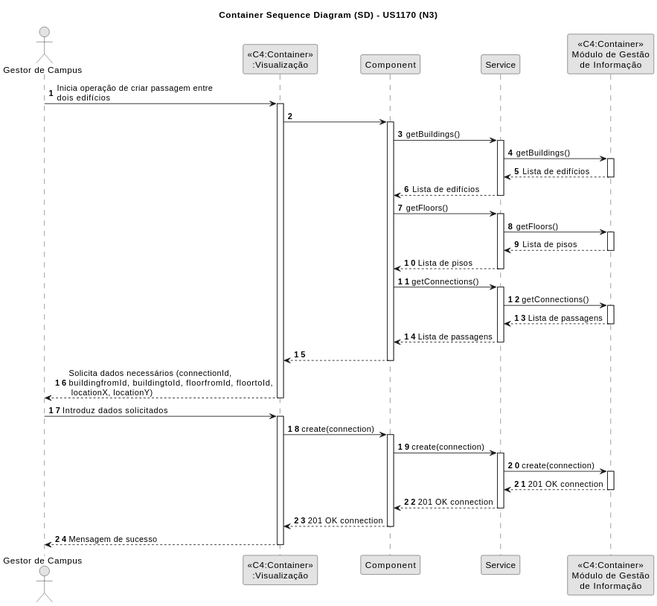
The PlantUML diagram docs/Sprint B/1211171/us1170/SD-N3-US1170.svg in pedrocmesquita/RobDroneGo, before a commit.
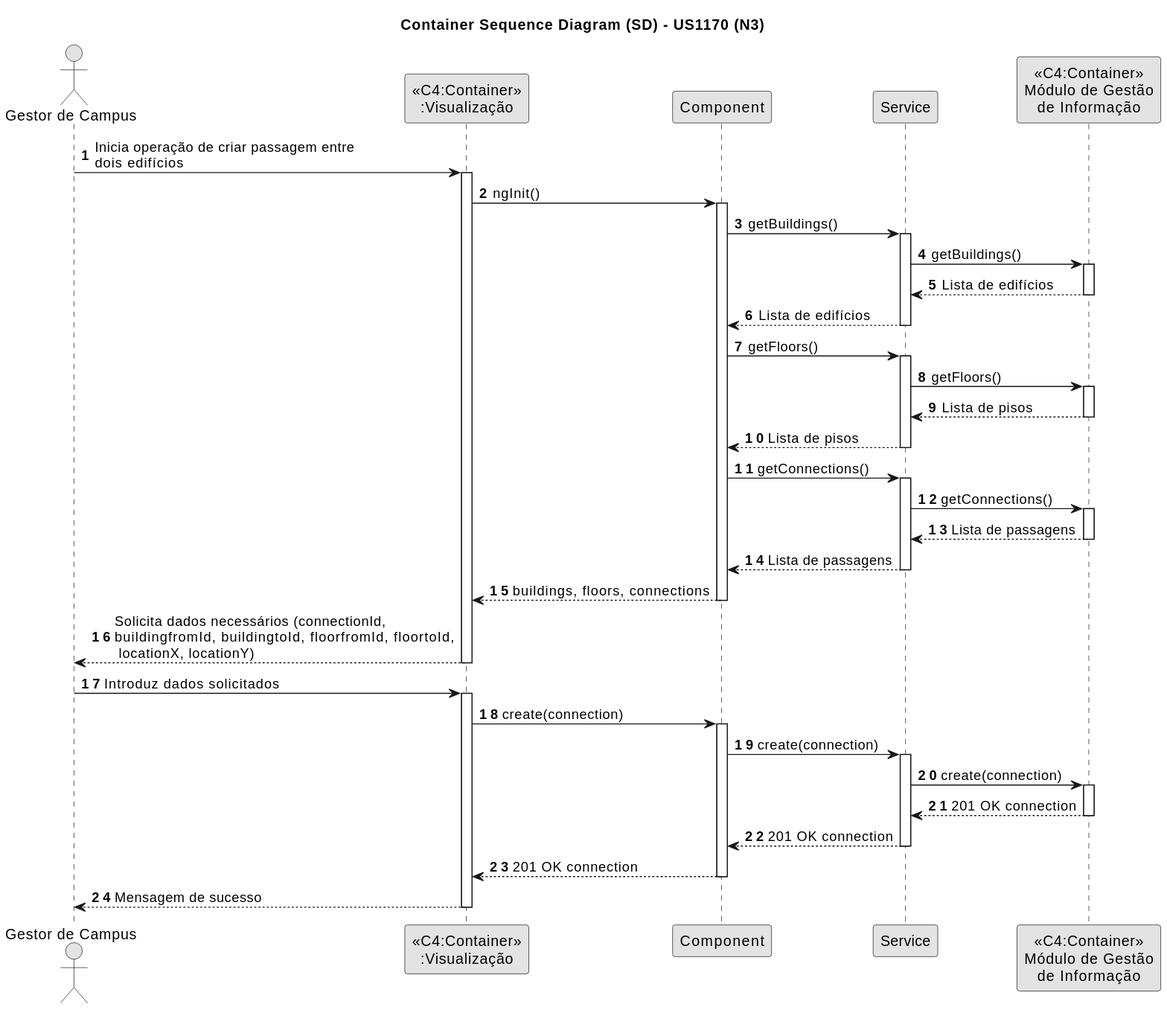
The same file after the commit.

The edit, as a diff of the source:
```diff
@@ -11,7 +11,7 @@
 
 "Gestor de Campus" -> "<<C4:Container>>\n:Visualização": Inicia operação de criar passagem entre\ndois edifícios
 activate "<<C4:Container>>\n:Visualização"
-"<<C4:Container>>\n:Visualização" -> Component:
+"<<C4:Container>>\n:Visualização" -> Component: ngInit()
 activate Component
 Component -> Service: getBuildings()
 activate Service
@@ -38,7 +38,7 @@
 deactivate "<<C4:Container>>\nMódulo de Gestão\nde Informação"
 Service --> Component: Lista de passagens
 deactivate Service
-Component --> "<<C4:Container>>\n:Visualização"
+Component --> "<<C4:Container>>\n:Visualização": buildings, floors, connections
 deactivate Component
 
 "<<C4:Container>>\n:Visualização" --> "Gestor de Campus": Solicita dados necessários (connectionId,\nbuildingfromId, buildingtoId, floorfromId, floortoId,\n locationX, locationY)
```
